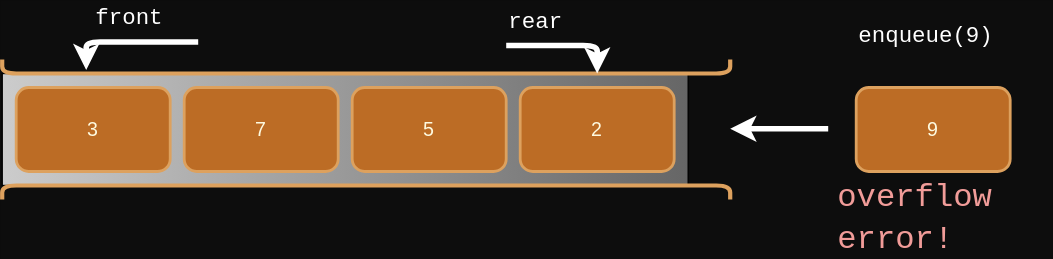
JAC-CS-Programming-4-W24/Notes keeps this draw.io diagram as 4-Queues/images/enqueue_overflow.svg. Above is the earlier version. Source tidied: cells renumbered, new cells last; positions are measured from the earlier drawing's top-left corner, leaving out a move shared by most shapes.
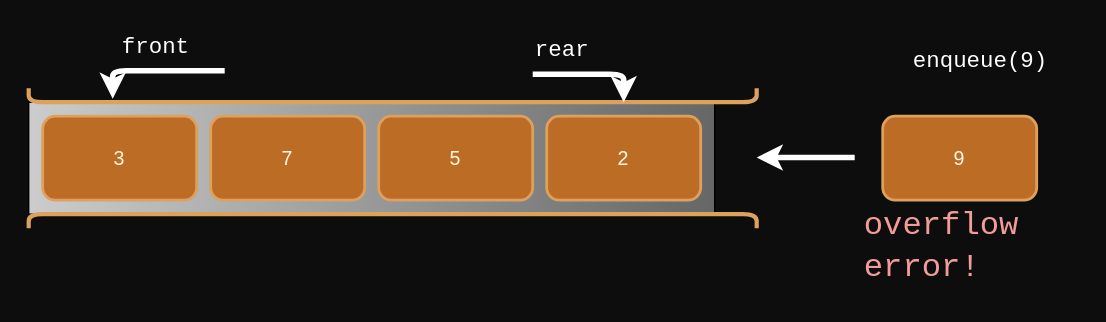
Above is the later version.

Change to the diagram source:
```diff
@@ -2,6 +2,9 @@
   <root>
     <mxCell id="0" />
     <mxCell id="1" parent="0" />
+    <mxCell id="22" style="rounded=0;whiteSpace=wrap;html=1;fillColor=none;strokeColor=none;" parent="1" vertex="1">
+      <mxGeometry x="-20" y="-20.5" width="760" height="230" as="geometry" />
+    </mxCell>
     <mxCell id="2" style="rounded=0;whiteSpace=wrap;html=1;hachureGap=4;fontFamily=Architects Daughter;fontSource=https%3A%2F%2Ffonts.googleapis.com%2Fcss%3Ffamily%3DArchitects%2BDaughter;fontSize=20;labelBackgroundColor=none;gradientColor=#666666;gradientDirection=east;fillColor=#CCCCCC;fillOpacity=100;" parent="1" vertex="1">
       <mxGeometry y="52" width="490" height="80" as="geometry" />
     </mxCell>
@@ -68,7 +71,7 @@
       <mxGeometry x="635" y="77" width="60" height="30" as="geometry" />
     </mxCell>
     <mxCell id="16" value="&lt;font face=&quot;Courier New&quot; style=&quot;font-size: 16px;&quot;&gt;enqueue(9)&lt;/font&gt;" style="text;html=1;strokeColor=none;fillColor=none;align=left;verticalAlign=middle;whiteSpace=wrap;rounded=1;fontSize=16;fontColor=#FFFFFF;" parent="1" vertex="1">
-      <mxGeometry x="610" y="12" width="140" height="25" as="geometry" />
+      <mxGeometry x="630" y="9.5" width="140" height="25" as="geometry" />
     </mxCell>
     <mxCell id="17" style="rounded=1;whiteSpace=wrap;html=1;fontSize=14;strokeWidth=2;fillColor=#BC6C25;strokeColor=#DDA15E;fontColor=#FEFAE0;" parent="1" vertex="1">
       <mxGeometry x="370" y="62" width="110" height="60" as="geometry" />
```
